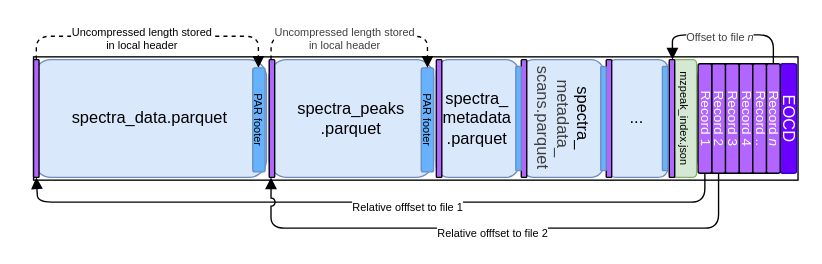
Before: docs/assets/img/zip-structure-p1.drawio in HUPO-PSI/mzPeak-specification, a draw.io diagram. Source tidied: cells renumbered, new cells numbered last; positions are measured from the earlier drawing's top-left corner, leaving out a move shared by most shapes. Both pictures are drawn from the tidied source at 137%, with x=0, y=0 at pixel (23, 34).
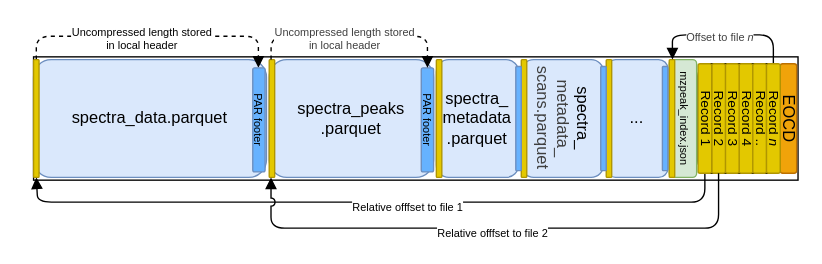
The same page after the edit.

The change refers to these unchanged cells:
```xml
<mxCell id="2" style="group;" parent="1" vertex="1">
  <mxGeometry width="565" height="141" as="geometry" />
</mxCell>
```

Diff of the diagram source:
```diff
@@
-    <mxCell id="8" value="EOCD" style="rounded=1;whiteSpace=wrap;html=1;roundedPerimeter=1;fillColor=#6a00ff;fontColor=#FFFFFF;strokeColor=#3700CC;textDirection=vertical-lr;" parent="2" vertex="1">
+    <mxCell id="8" value="EOCD" style="rounded=1;whiteSpace=wrap;html=1;roundedPerimeter=1;fillColor=#f0a30a;fontColor=#000000;strokeColor=#BD7000;textDirection=vertical-lr;" parent="2" vertex="1">
       <mxGeometry x="552" y="21" width="12" height="80" as="geometry" />
     </mxCell>
-    <mxCell id="9" value="Record 4" style="rounded=1;whiteSpace=wrap;html=1;roundedPerimeter=1;fillColor=#B266FF;fontColor=#ffffff;strokeColor=#000000;textDirection=vertical-lr;fontSize=10;" parent="2" vertex="1">
+    <mxCell id="9" value="Record 4" style="rounded=1;whiteSpace=wrap;html=1;roundedPerimeter=1;fillColor=#e3c800;fontColor=#000000;strokeColor=#B09500;textDirection=vertical-lr;fontSize=10;" parent="2" vertex="1">
       <mxGeometry x="522" y="21" width="10" height="80" as="geometry" />
     </mxCell>
-    <mxCell id="10" value="Record 3" style="rounded=1;whiteSpace=wrap;html=1;roundedPerimeter=1;fillColor=#B266FF;fontColor=#ffffff;strokeColor=#000000;textDirection=vertical-lr;fontSize=10;" parent="2" vertex="1">
+    <mxCell id="10" value="Record 3" style="rounded=1;whiteSpace=wrap;html=1;roundedPerimeter=1;fillColor=#e3c800;fontColor=#000000;strokeColor=#B09500;textDirection=vertical-lr;fontSize=10;" parent="2" vertex="1">
       <mxGeometry x="512" y="21" width="10" height="80" as="geometry" />
     </mxCell>
-    <mxCell id="11" value="Record 2" style="rounded=1;whiteSpace=wrap;html=1;roundedPerimeter=1;fillColor=#B266FF;fontColor=#ffffff;strokeColor=#000000;textDirection=vertical-lr;fontSize=10;" parent="2" vertex="1">
+    <mxCell id="11" value="Record 2" style="rounded=1;whiteSpace=wrap;html=1;roundedPerimeter=1;fillColor=#e3c800;fontColor=#000000;strokeColor=#B09500;textDirection=vertical-lr;fontSize=10;" parent="2" vertex="1">
       <mxGeometry x="502" y="21" width="10" height="80" as="geometry" />
     </mxCell>
@@
-    <mxCell id="14" value="Record 1" style="rounded=1;whiteSpace=wrap;html=1;roundedPerimeter=1;fillColor=#B266FF;fontColor=#ffffff;strokeColor=#000000;textDirection=vertical-lr;fontSize=10;" parent="2" vertex="1">
+    <mxCell id="14" value="Record 1" style="rounded=1;whiteSpace=wrap;html=1;roundedPerimeter=1;fillColor=#e3c800;fontColor=#000000;strokeColor=#B09500;textDirection=vertical-lr;fontSize=10;" parent="2" vertex="1">
       <mxGeometry x="492" y="21" width="10" height="80" as="geometry" />
     </mxCell>
-    <mxCell id="15" style="rounded=1;whiteSpace=wrap;html=1;roundedPerimeter=1;fillColor=#B266FF;" parent="2" vertex="1">
+    <mxCell id="15" style="rounded=1;whiteSpace=wrap;html=1;roundedPerimeter=1;fillColor=#e3c800;fontColor=#000000;strokeColor=#B09500;" parent="2" vertex="1">
       <mxGeometry x="301" y="18" width="4" height="86" as="geometry" />
     </mxCell>
@@
-    <mxCell id="17" style="rounded=1;whiteSpace=wrap;html=1;roundedPerimeter=1;fillColor=#B266FF;" parent="2" vertex="1">
+    <mxCell id="17" style="rounded=1;whiteSpace=wrap;html=1;roundedPerimeter=1;fillColor=#e3c800;fontColor=#000000;strokeColor=#B09500;" parent="2" vertex="1">
       <mxGeometry x="363" y="18" width="4" height="86" as="geometry" />
     </mxCell>
-    <mxCell id="18" style="rounded=1;whiteSpace=wrap;html=1;roundedPerimeter=1;fillColor=#B266FF;" parent="2" vertex="1">
+    <mxCell id="18" style="rounded=1;whiteSpace=wrap;html=1;roundedPerimeter=1;fillColor=#e3c800;fontColor=#000000;strokeColor=#B09500;" parent="2" vertex="1">
       <mxGeometry x="179" y="18" width="4" height="86" as="geometry" />
     </mxCell>
@@
-    <mxCell id="21" style="rounded=1;whiteSpace=wrap;html=1;roundedPerimeter=1;fillColor=#B266FF;" parent="2" vertex="1">
+    <mxCell id="21" style="rounded=1;whiteSpace=wrap;html=1;roundedPerimeter=1;fillColor=#e3c800;fontColor=#000000;strokeColor=#B09500;" parent="2" vertex="1">
       <mxGeometry x="7" y="18" width="4" height="86" as="geometry" />
     </mxCell>
@@
-    <mxCell id="23" style="rounded=1;whiteSpace=wrap;html=1;roundedPerimeter=1;fillColor=#B266FF;" parent="2" vertex="1">
+    <mxCell id="23" style="rounded=1;whiteSpace=wrap;html=1;roundedPerimeter=1;fillColor=#e3c800;fontColor=#000000;strokeColor=#B09500;" parent="2" vertex="1">
       <mxGeometry x="425" y="18" width="4" height="86" as="geometry" />
     </mxCell>
-    <mxCell id="24" value="Record .." style="rounded=1;whiteSpace=wrap;html=1;roundedPerimeter=1;fillColor=#B266FF;fontColor=#ffffff;strokeColor=#000000;textDirection=vertical-lr;fontSize=10;" parent="2" vertex="1">
+    <mxCell id="24" value="Record .." style="rounded=1;whiteSpace=wrap;html=1;roundedPerimeter=1;fillColor=#e3c800;fontColor=#000000;strokeColor=#B09500;textDirection=vertical-lr;fontSize=10;" parent="2" vertex="1">
       <mxGeometry x="532" y="21" width="10" height="80" as="geometry" />
     </mxCell>
@@
-    <mxCell id="26" style="rounded=1;whiteSpace=wrap;html=1;roundedPerimeter=1;fillColor=#B266FF;" parent="2" vertex="1">
+    <mxCell id="26" style="rounded=1;whiteSpace=wrap;html=1;roundedPerimeter=1;fillColor=#e3c800;fontColor=#000000;strokeColor=#B09500;" parent="2" vertex="1">
       <mxGeometry x="471" y="18" width="4" height="86" as="geometry" />
     </mxCell>
@@
-    <mxCell id="29" value="Record &lt;i style=&quot;color: rgb(255, 255, 255);&quot;&gt;n&lt;/i&gt;" style="rounded=1;whiteSpace=wrap;html=1;roundedPerimeter=1;fillColor=#B266FF;fontColor=#ffffff;strokeColor=#000000;textDirection=vertical-lr;fontSize=10;" parent="2" vertex="1">
+    <mxCell id="29" value="Record &lt;i style=&quot;color: rgb(0, 0, 0);&quot;&gt;n&lt;/i&gt;" style="rounded=1;whiteSpace=wrap;html=1;roundedPerimeter=1;fillColor=#e3c800;fontColor=#000000;strokeColor=#B09500;textDirection=vertical-lr;fontSize=10;" parent="2" vertex="1">
       <mxGeometry x="542" y="21" width="10" height="80" as="geometry" />
     </mxCell>
```
